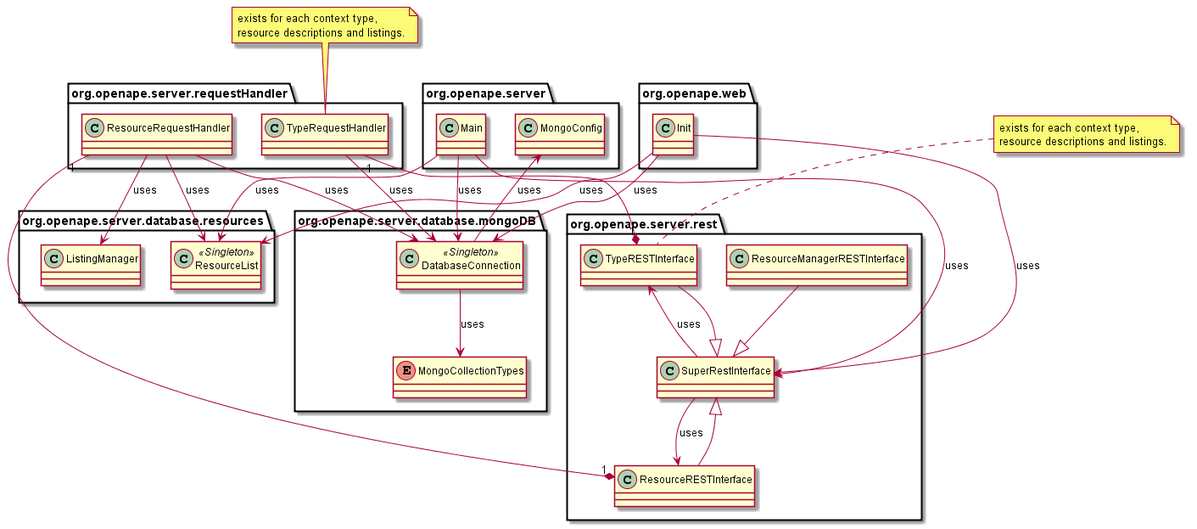
This is documentation/uml/serveruml.png from REMEXLabs/OpenAPE, a PlantUML export, as it was before one commit.
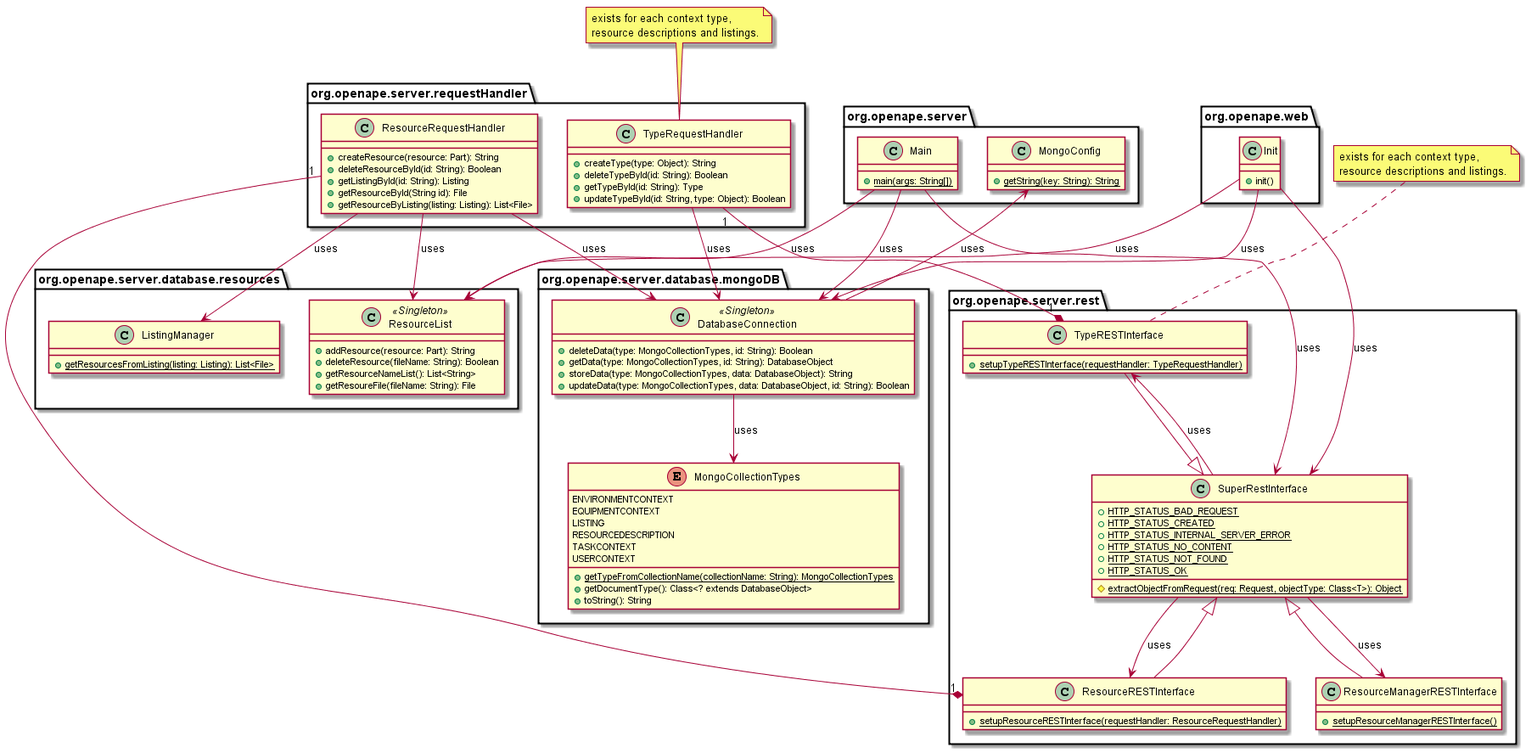
After the change.

Commit message:
Add fields to server uml

Diff of the diagram source:
```diff
@@ -1,19 +1,72 @@
 @startuml
-class org.openape.server.Main
-class org.openape.server.MongoConfig
-class org.openape.web.Init
-class org.openape.server.database.mongoDB.DatabaseConnection <<Singleton>>
-class org.openape.server.database.resources.ListingManager
-class org.openape.server.database.resources.ResourceList <<Singleton>>
-class org.openape.server.requestHandler.TypeRequestHandler
+class org.openape.server.Main{
++<u>main(args: String[])
+}
+class org.openape.server.MongoConfig {
++<u>getString(key: String): String
+}
+class org.openape.web.Init{
++init()
+}
+class org.openape.server.database.mongoDB.DatabaseConnection <<Singleton>> {
++deleteData(type: MongoCollectionTypes, id: String): Boolean
++getData(type: MongoCollectionTypes, id: String): DatabaseObject
++storeData(type: MongoCollectionTypes, data: DatabaseObject): String
++updateData(type: MongoCollectionTypes, data: DatabaseObject, id: String): Boolean
+}
+class org.openape.server.database.resources.ListingManager {
++<u>getResourcesFromListing(listing: Listing): List<File>
+}
+class org.openape.server.database.resources.ResourceList <<Singleton>> {
++addResource(resource: Part): String
++deleteResource(fileName: String): Boolean
++getResourceNameList(): List<String>
++getResoureFile(fileName: String): File
+}
+class org.openape.server.requestHandler.TypeRequestHandler {
++createType(type: Object): String
++deleteTypeById(id: String): Boolean
++getTypeById(id: String): Type
++updateTypeById(id: String, type: Object): Boolean
+}
 note left: exists for each context type,\nresource descriptions and listings.
-class org.openape.server.requestHandler.ResourceRequestHandler
-class org.openape.server.rest.TypeRESTInterface
+class org.openape.server.requestHandler.ResourceRequestHandler {
++createResource(resource: Part): String
++deleteResourceById(id: String): Boolean
++getListingById(id: String): Listing
++getResourceById(String id): File
++getResourceByListing(listing: Listing): List<File>
+}
+class org.openape.server.rest.TypeRESTInterface {
++<u>setupTypeRESTInterface(requestHandler: TypeRequestHandler)
+}
 note left: exists for each context type,\nresource descriptions and listings.
-class org.openape.server.rest.ResourceManagerRESTInterface
-class org.openape.server.rest.ResourceRESTInterface
-class org.openape.server.rest.SuperRestInterface
-enum org.openape.server.database.mongoDB.MongoCollectionTypes
+class org.openape.server.rest.ResourceManagerRESTInterface {
++<u>setupResourceManagerRESTInterface()
+}
+class org.openape.server.rest.ResourceRESTInterface {
++<u>setupResourceRESTInterface(requestHandler: ResourceRequestHandler)
+}
+class org.openape.server.rest.SuperRestInterface{
++<u>HTTP_STATUS_BAD_REQUEST
++<u>HTTP_STATUS_CREATED
++<u>HTTP_STATUS_INTERNAL_SERVER_ERROR
++<u>HTTP_STATUS_NO_CONTENT
++<u>HTTP_STATUS_NOT_FOUND
++<u>HTTP_STATUS_OK
+#<u>extractObjectFromRequest(req: Request, objectType: Class<T>): Object
+}
+enum org.openape.server.database.mongoDB.MongoCollectionTypes {
+ENVIRONMENTCONTEXT
+EQUIPMENTCONTEXT
+LISTING
+RESOURCEDESCRIPTION
+TASKCONTEXT
+USERCONTEXT
++<u>getTypeFromCollectionName(collectionName: String): MongoCollectionTypes
++getDocumentType(): Class<? extends DatabaseObject>
++toString(): String
+}
 org.openape.server.database.mongoDB.DatabaseConnection --> org.openape.server.database.mongoDB.MongoCollectionTypes :uses
 
 org.openape.server.Main --> org.openape.server.database.mongoDB.DatabaseConnection :uses
@@ -37,6 +90,7 @@
 
 org.openape.server.rest.SuperRestInterface --> org.openape.server.rest.TypeRESTInterface :uses
 org.openape.server.rest.SuperRestInterface --> org.openape.server.rest.ResourceRESTInterface :uses
+org.openape.server.rest.SuperRestInterface --> org.openape.server.rest.ResourceManagerRESTInterface :uses
 
 org.openape.server.requestHandler.ResourceRequestHandler --> org.openape.server.database.resources.ListingManager :uses
 @enduml
```
